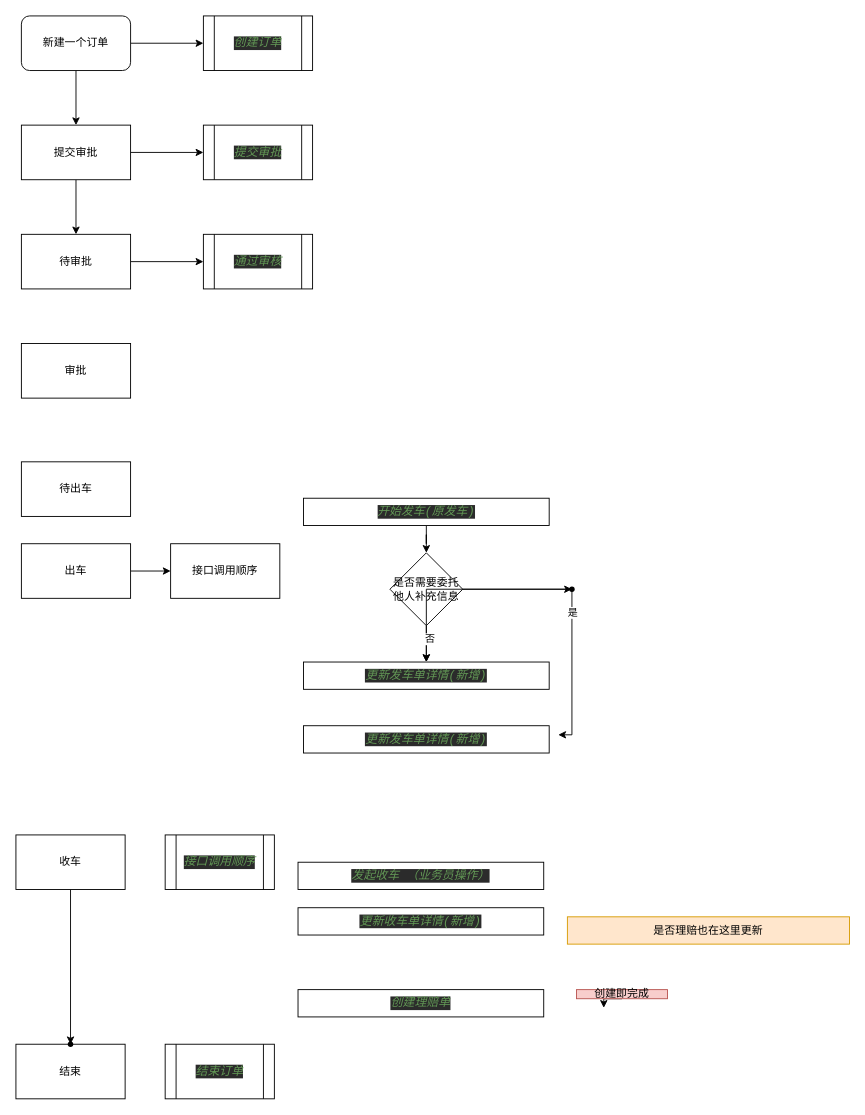
Earlier version of the draw.io diagram Untitled Diagram.drawio (yangrenqing/yangrenqing). Source tidied: cells renumbered, new cells numbered last; positions are measured from the earlier drawing's top-left corner, leaving out a move shared by most shapes. Both pictures are drawn from the tidied source at 91%, with x=0, y=0 at pixel (15, 15).
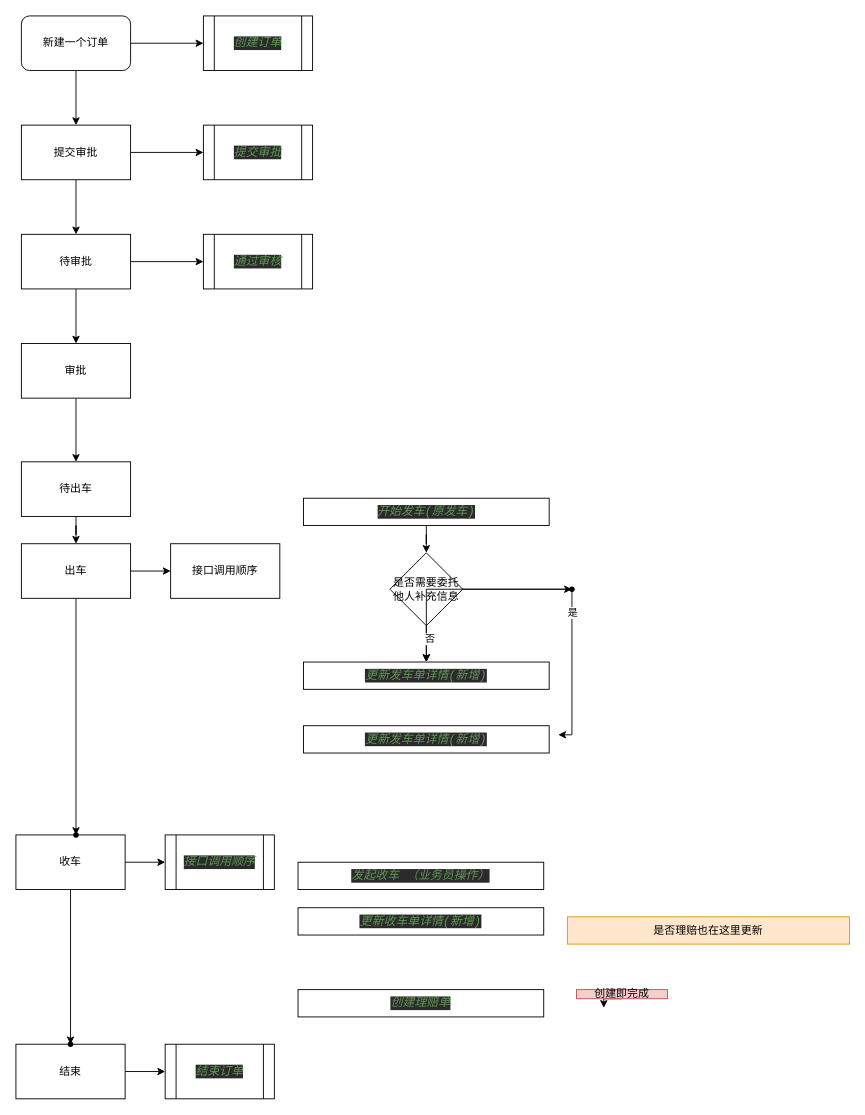
The same diagram, later.

Commit message:
补齐流程图

The change refers to these unchanged cells:
```xml
<mxCell id="6" value="待审批" style="rounded=0;whiteSpace=wrap;html=1;" parent="1" vertex="1">
  <mxGeometry x="6" y="240" width="120" height="60" as="geometry" />
</mxCell>
<mxCell id="7" value="审批" style="rounded=0;whiteSpace=wrap;html=1;" parent="1" vertex="1">
  <mxGeometry x="6" y="360" width="120" height="60" as="geometry" />
</mxCell>
<mxCell id="8" value="待出车" style="rounded=0;whiteSpace=wrap;html=1;" parent="1" vertex="1">
  <mxGeometry x="6" y="490" width="120" height="60" as="geometry" />
</mxCell>
<mxCell id="10" value="出车" style="rounded=0;whiteSpace=wrap;html=1;" parent="1" vertex="1">
  <mxGeometry x="6" y="580" width="120" height="60" as="geometry" />
</mxCell>
<mxCell id="12" value="收车" style="rounded=0;whiteSpace=wrap;html=1;" parent="1" vertex="1">
  <mxGeometry y="900" width="120" height="60" as="geometry" />
</mxCell>
<mxCell id="13" value="结束" style="rounded=0;whiteSpace=wrap;html=1;" parent="1" vertex="1">
  <mxGeometry y="1130" width="120" height="60" as="geometry" />
</mxCell>
<mxCell id="24" value="&lt;pre style=&quot;background-color: #2b2b2b ; color: #a9b7c6 ; font-family: &amp;#34;jetbrains mono&amp;#34; , monospace ; font-size: 9.8pt&quot;&gt;&lt;pre style=&quot;font-family: &amp;#34;jetbrains mono&amp;#34; , monospace ; font-size: 9.8pt&quot;&gt;&lt;pre style=&quot;font-family: &amp;#34;jetbrains mono&amp;#34; , monospace ; font-size: 9.8pt&quot;&gt;&lt;pre style=&quot;font-family: &amp;#34;jetbrains mono&amp;#34; , monospace ; font-size: 9.8pt&quot;&gt;&lt;span style=&quot;color: #629755 ; font-style: italic&quot;&gt;接口调用顺序&lt;/span&gt;&lt;/pre&gt;&lt;/pre&gt;&lt;/pre&gt;&lt;/pre&gt;" style="shape=process;whiteSpace=wrap;html=1;backgroundOutline=1;" parent="1" vertex="1">
  <mxGeometry x="164" y="900" width="120" height="60" as="geometry" />
</mxCell>
<mxCell id="37" value="&lt;pre style=&quot;background-color: rgb(43 , 43 , 43) ; font-family: &amp;#34;jetbrains mono&amp;#34; , monospace ; font-size: 9.8pt&quot;&gt;&lt;pre style=&quot;font-family: &amp;#34;jetbrains mono&amp;#34; , monospace ; font-size: 9.8pt&quot;&gt;&lt;pre style=&quot;font-family: &amp;#34;jetbrains mono&amp;#34; , monospace ; font-size: 9.8pt&quot;&gt;&lt;pre style=&quot;font-family: &amp;#34;jetbrains mono&amp;#34; , monospace ; font-size: 9.8pt&quot;&gt;&lt;font color=&quot;#629755&quot;&gt;&lt;i&gt;结束订单&lt;/i&gt;&lt;/font&gt;&lt;/pre&gt;&lt;/pre&gt;&lt;/pre&gt;&lt;/pre&gt;" style="shape=process;whiteSpace=wrap;html=1;backgroundOutline=1;" parent="1" vertex="1">
  <mxGeometry x="164" y="1130" width="120" height="60" as="geometry" />
</mxCell>
```

The edit, as a diff of the source:
```diff
@@
+    <mxCell id="42" style="edgeStyle=orthogonalEdgeStyle;rounded=0;jettySize=auto;html=1;" parent="1" edge="1" source="6" target="7">
+      <mxGeometry relative="1" as="geometry" />
+    </mxCell>
@@
+    <mxCell id="43" style="edgeStyle=orthogonalEdgeStyle;rounded=0;jettySize=auto;html=1;" parent="1" edge="1" source="7" target="8">
+      <mxGeometry relative="1" as="geometry" />
+    </mxCell>
@@
+    <mxCell id="44" style="edgeStyle=orthogonalEdgeStyle;rounded=0;jettySize=auto;html=1;" parent="1" edge="1" source="8" target="10">
+      <mxGeometry relative="1" as="geometry" />
+    </mxCell>
@@
+    <mxCell id="45" style="edgeStyle=orthogonalEdgeStyle;rounded=0;jettySize=auto;html=1;" parent="1" edge="1" source="10" target="48">
+      <mxGeometry relative="1" as="geometry" />
+    </mxCell>
@@
+    <mxCell id="46" style="edgeStyle=orthogonalEdgeStyle;rounded=0;jettySize=auto;html=1;" parent="1" edge="1" source="12" target="24">
+      <mxGeometry relative="1" as="geometry" />
+    </mxCell>
@@
+    <mxCell id="47" style="edgeStyle=orthogonalEdgeStyle;rounded=0;jettySize=auto;html=1;" parent="1" edge="1" source="13" target="37">
+      <mxGeometry relative="1" as="geometry" />
+    </mxCell>
@@
+    <mxCell id="48" style="shape=waypoint;size=6;points=[];fillColor=#ffffff;perimeter=centerPerimeter;snapToPoint=1;rounded=0;" parent="1" vertex="1">
+      <mxGeometry x="46" y="880" width="40" height="40" as="geometry" />
+    </mxCell>
```
